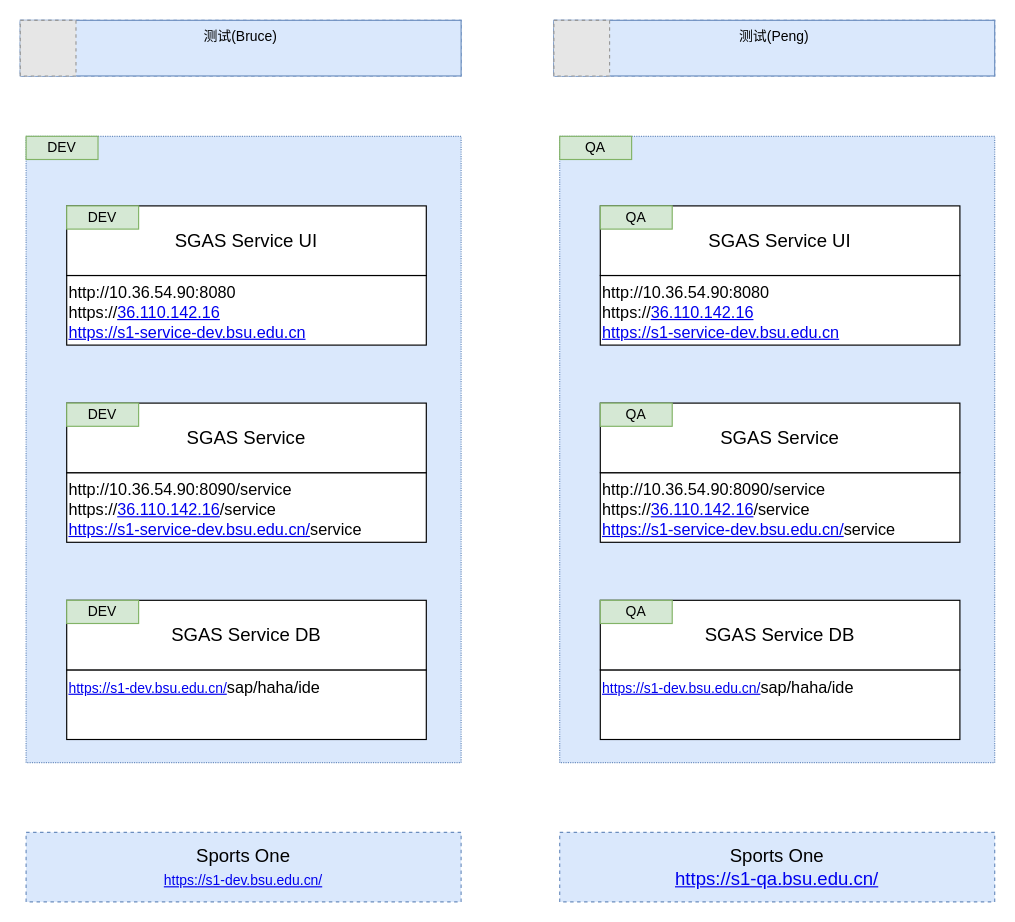
The draw.io diagram page "Infra" (8 of 8) of SportsOne/Wechat Integration.drawio in wosary1984/draw.io, before the edit. Source tidied: cells renumbered, new cells numbered last; positions are measured from the earlier drawing's top-left corner, leaving out a move shared by most shapes. Both pictures are drawn from the tidied source at 116%, with x=0, y=0 at pixel (20, 20). Pictures stored in the file or linked from it are replaced by grey dashed boxes.
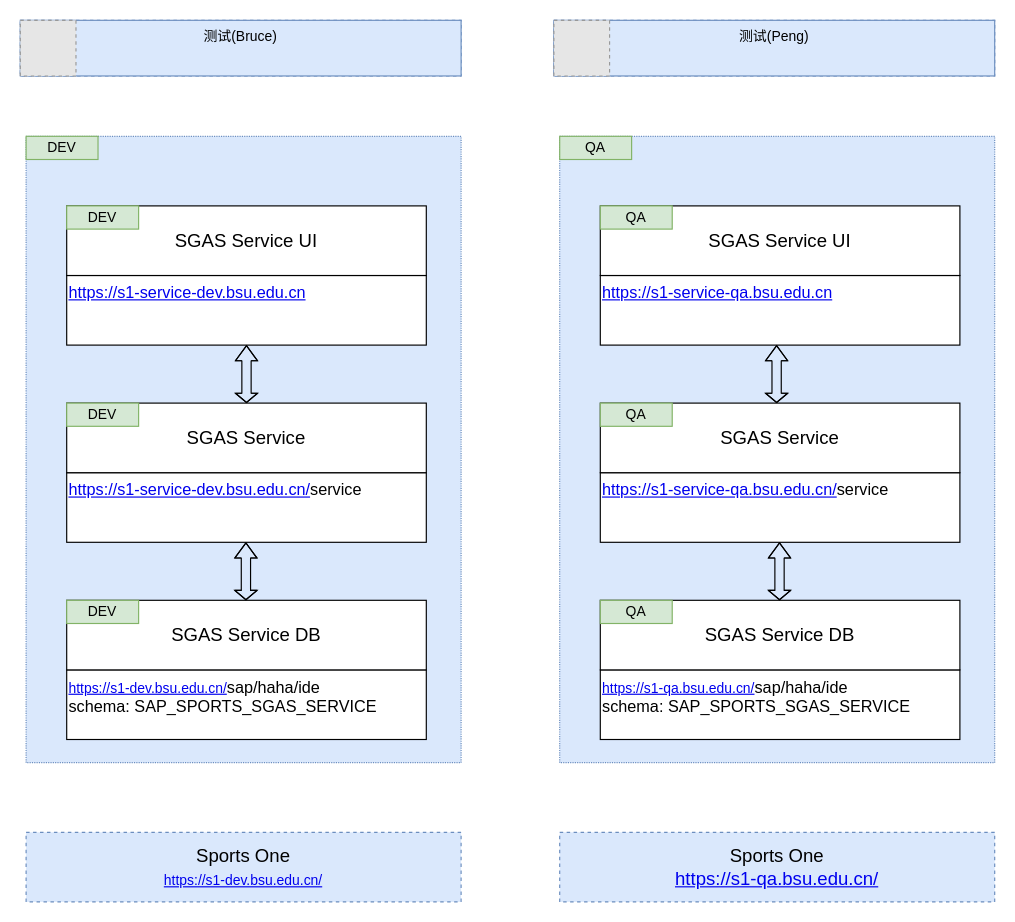
Above is the later version.

Unchanged cells that the change refers to:
```xml
<mxCell id="8" style="group;" parent="1" vertex="1">
  <mxGeometry x="40" y="330" width="310" height="120" as="geometry" />
</mxCell>
<mxCell id="11" value="SGAS Service" style="rounded=0;whiteSpace=wrap;html=1;strokeWidth=1;fontSize=16;" parent="10" vertex="1">
  <mxGeometry width="310" height="60" as="geometry" />
</mxCell>
<mxCell id="13" style="group;" parent="1" vertex="1">
  <mxGeometry x="40" y="500" width="310" height="120" as="geometry" />
</mxCell>
<mxCell id="29" style="group;" parent="1" vertex="1">
  <mxGeometry x="500" y="330" width="310" height="120" as="geometry" />
</mxCell>
<mxCell id="34" style="group;" parent="1" vertex="1">
  <mxGeometry x="500" y="500" width="310" height="120" as="geometry" />
</mxCell>
```

Change to the diagram source:
```diff
@@
-    <mxCell id="4" value="&lt;span style=&quot;font-size: 10.5pt&quot;&gt;http://10.36.54.90:8080&lt;br&gt;&lt;/span&gt;&lt;span style=&quot;font-size: 10.5pt&quot;&gt;https://&lt;/span&gt;&lt;a href=&quot;https://36.110.142.16&quot; style=&quot;font-size: 10.5pt&quot;&gt;36.110.142.16&lt;/a&gt;&lt;span style=&quot;font-size: 10.5pt&quot;&gt;&amp;nbsp;&lt;/span&gt;&lt;span style=&quot;font-size: 10.5pt&quot;&gt;&lt;br&gt;&lt;/span&gt;&lt;p style=&quot;margin: 0in ; font-size: 10.5pt&quot; lang=&quot;en-US&quot;&gt;&lt;a href=&quot;https://s1-service-dev.bsu.edu.cn/&quot;&gt;https://s1-service-dev.bsu.edu.cn&lt;/a&gt;&lt;span style=&quot;font-family: &amp;#34;calibri&amp;#34;&quot;&gt;&lt;br&gt;&lt;/span&gt;&lt;/p&gt;" style="rounded=0;whiteSpace=wrap;html=1;strokeWidth=1;verticalAlign=top;align=left;horizontal=1;" parent="1" vertex="1">
+    <mxCell id="4" value="&lt;a href=&quot;https://s1-service-dev.bsu.edu.cn/&quot; style=&quot;font-size: 10.5pt&quot;&gt;https://s1-service-dev.bsu.edu.cn&lt;/a&gt;" style="rounded=0;whiteSpace=wrap;html=1;strokeWidth=1;verticalAlign=top;align=left;horizontal=1;" parent="1" vertex="1">
       <mxGeometry x="40" y="220" width="310" height="60" as="geometry" />
     </mxCell>
@@
-    <mxCell id="9" value="&lt;span style=&quot;font-size: 10.5pt&quot;&gt;http://10.36.54.90:8090/service&lt;br&gt;&lt;/span&gt;&lt;p style=&quot;margin: 0in ; font-size: 10.5pt&quot; lang=&quot;en-US&quot;&gt;https://&lt;a href=&quot;https://36.110.142.16&quot;&gt;36.110.142.16&lt;/a&gt;/service&lt;/p&gt;&lt;p style=&quot;margin: 0in ; font-size: 10.5pt&quot; lang=&quot;en-US&quot;&gt;&lt;a href=&quot;https://s1-service-dev.bsu.edu.cn/&quot;&gt;https://s1-service-dev.bsu.edu.cn/&lt;/a&gt;service&lt;span style=&quot;font-family: &amp;#34;calibri&amp;#34;&quot;&gt;&lt;br&gt;&lt;/span&gt;&lt;/p&gt;" style="rounded=0;whiteSpace=wrap;html=1;strokeWidth=1;verticalAlign=top;align=left;horizontal=1;" parent="8" vertex="1">
+    <mxCell id="9" value="&lt;a href=&quot;https://s1-service-dev.bsu.edu.cn/&quot; style=&quot;font-size: 10.5pt&quot;&gt;https://s1-service-dev.bsu.edu.cn/&lt;/a&gt;&lt;span style=&quot;font-size: 10.5pt&quot;&gt;service&lt;/span&gt;" style="rounded=0;whiteSpace=wrap;html=1;strokeWidth=1;verticalAlign=top;align=left;horizontal=1;" parent="8" vertex="1">
       <mxGeometry y="60" width="310" height="60" as="geometry" />
     </mxCell>
@@
-    <mxCell id="14" value="&lt;a href=&quot;https://s1-dev.bsu.edu.cn/&quot;&gt;https://s1-dev.bsu.edu.cn/&lt;/a&gt;&lt;span style=&quot;font-size: 10.5pt ; color: rgb(0 , 0 , 0)&quot;&gt;sap/haha/ide&lt;/span&gt;" style="rounded=0;whiteSpace=wrap;html=1;strokeWidth=1;verticalAlign=top;align=left;horizontal=1;" parent="13" vertex="1">
+    <mxCell id="14" value="&lt;a href=&quot;https://s1-dev.bsu.edu.cn/&quot;&gt;https://s1-dev.bsu.edu.cn/&lt;/a&gt;&lt;span style=&quot;font-size: 10.5pt ; color: rgb(0 , 0 , 0)&quot;&gt;sap/haha/ide&lt;br&gt;schema: SAP_SPORTS_SGAS_SERVICE&lt;br&gt;&lt;/span&gt;" style="rounded=0;whiteSpace=wrap;html=1;strokeWidth=1;verticalAlign=top;align=left;horizontal=1;" parent="13" vertex="1">
       <mxGeometry y="60" width="310" height="60" as="geometry" />
     </mxCell>
@@
-    <mxCell id="25" value="&lt;span style=&quot;font-size: 10.5pt&quot;&gt;http://10.36.54.90:8080&lt;br&gt;&lt;/span&gt;&lt;span style=&quot;font-size: 10.5pt&quot;&gt;https://&lt;/span&gt;&lt;a href=&quot;https://36.110.142.16&quot; style=&quot;font-size: 10.5pt&quot;&gt;36.110.142.16&lt;/a&gt;&lt;span style=&quot;font-size: 10.5pt&quot;&gt;&amp;nbsp;&lt;/span&gt;&lt;span style=&quot;font-size: 10.5pt&quot;&gt;&lt;br&gt;&lt;/span&gt;&lt;p style=&quot;margin: 0in ; font-size: 10.5pt&quot; lang=&quot;en-US&quot;&gt;&lt;a href=&quot;https://s1-service-dev.bsu.edu.cn/&quot;&gt;https://s1-service-dev.bsu.edu.cn&lt;/a&gt;&lt;span style=&quot;font-family: &amp;#34;calibri&amp;#34;&quot;&gt;&lt;br&gt;&lt;/span&gt;&lt;/p&gt;" style="rounded=0;whiteSpace=wrap;html=1;strokeWidth=1;verticalAlign=top;align=left;horizontal=1;" parent="1" vertex="1">
+    <mxCell id="25" value="&lt;a href=&quot;https://s1-service-dev.bsu.edu.cn/&quot; style=&quot;font-size: 10.5pt&quot;&gt;https://s1-service-qa.bsu.edu.cn&lt;/a&gt;" style="rounded=0;whiteSpace=wrap;html=1;strokeWidth=1;verticalAlign=top;align=left;horizontal=1;" parent="1" vertex="1">
       <mxGeometry x="500" y="220" width="310" height="60" as="geometry" />
     </mxCell>
@@
-    <mxCell id="30" value="&lt;span style=&quot;font-size: 10.5pt&quot;&gt;http://10.36.54.90:8090/service&lt;br&gt;&lt;/span&gt;&lt;p style=&quot;margin: 0in ; font-size: 10.5pt&quot; lang=&quot;en-US&quot;&gt;https://&lt;a href=&quot;https://36.110.142.16&quot;&gt;36.110.142.16&lt;/a&gt;/service&lt;/p&gt;&lt;p style=&quot;margin: 0in ; font-size: 10.5pt&quot; lang=&quot;en-US&quot;&gt;&lt;a href=&quot;https://s1-service-dev.bsu.edu.cn/&quot;&gt;https://s1-service-dev.bsu.edu.cn/&lt;/a&gt;service&lt;span style=&quot;font-family: &amp;#34;calibri&amp;#34;&quot;&gt;&lt;br&gt;&lt;/span&gt;&lt;/p&gt;" style="rounded=0;whiteSpace=wrap;html=1;strokeWidth=1;verticalAlign=top;align=left;horizontal=1;" parent="29" vertex="1">
+    <mxCell id="30" value="&lt;a href=&quot;https://s1-service-dev.bsu.edu.cn/&quot; style=&quot;font-size: 10.5pt&quot;&gt;https://s1-service-qa.bsu.edu.cn/&lt;/a&gt;&lt;span style=&quot;font-size: 10.5pt&quot;&gt;service&lt;/span&gt;" style="rounded=0;whiteSpace=wrap;html=1;strokeWidth=1;verticalAlign=top;align=left;horizontal=1;" parent="29" vertex="1">
       <mxGeometry y="60" width="310" height="60" as="geometry" />
     </mxCell>
@@
-    <mxCell id="35" value="&lt;a href=&quot;https://s1-dev.bsu.edu.cn/&quot;&gt;https://s1-dev.bsu.edu.cn/&lt;/a&gt;&lt;span style=&quot;font-size: 10.5pt ; color: rgb(0 , 0 , 0)&quot;&gt;sap/haha/ide&lt;/span&gt;" style="rounded=0;whiteSpace=wrap;html=1;strokeWidth=1;verticalAlign=top;align=left;horizontal=1;" parent="34" vertex="1">
+    <mxCell id="35" value="&lt;a href=&quot;https://s1-dev.bsu.edu.cn/&quot;&gt;https://s1-qa.bsu.edu.cn/&lt;/a&gt;&lt;span style=&quot;font-size: 10.5pt ; color: rgb(0 , 0 , 0)&quot;&gt;sap/haha/ide&lt;br&gt;&lt;/span&gt;&lt;span style=&quot;font-size: 14px&quot;&gt;schema: SAP_SPORTS_SGAS_SERVICE&lt;/span&gt;&lt;span style=&quot;font-size: 10.5pt ; color: rgb(0 , 0 , 0)&quot;&gt;&lt;br&gt;&lt;/span&gt;" style="rounded=0;whiteSpace=wrap;html=1;strokeWidth=1;verticalAlign=top;align=left;horizontal=1;" parent="34" vertex="1">
       <mxGeometry y="60" width="310" height="60" as="geometry" />
     </mxCell>
@@
+    <mxCell id="44" style="shape=flexArrow;endArrow=classic;startArrow=classic;html=1;entryX=0.5;entryY=1;entryDx=0;entryDy=0;exitX=0.5;exitY=0;exitDx=0;exitDy=0;width=8;startSize=2.33;endWidth=10;endSize=4;startWidth=10;" parent="1" edge="1" source="11" target="4">
+      <mxGeometry relative="1" as="geometry">
+        <Array as="points">
+          <mxPoint x="195" y="310" />
+        </Array>
+      </mxGeometry>
+    </mxCell>
+    <mxCell id="45" style="shape=flexArrow;endArrow=classic;startArrow=classic;html=1;entryX=0.5;entryY=1;entryDx=0;entryDy=0;exitX=0.5;exitY=0;exitDx=0;exitDy=0;width=8;startSize=2.33;endWidth=10;endSize=4;startWidth=10;" parent="1" edge="1">
+      <mxGeometry relative="1" as="geometry">
+        <mxPoint x="194.5" y="500" as="sourcePoint" />
+        <mxPoint x="194.5" y="450" as="targetPoint" />
+        <Array as="points">
+          <mxPoint x="194.5" y="480" />
+        </Array>
+      </mxGeometry>
+    </mxCell>
+    <mxCell id="46" style="shape=flexArrow;endArrow=classic;startArrow=classic;html=1;entryX=0.5;entryY=1;entryDx=0;entryDy=0;exitX=0.5;exitY=0;exitDx=0;exitDy=0;width=8;startSize=2.33;endWidth=10;endSize=4;startWidth=10;" parent="1" edge="1">
+      <mxGeometry relative="1" as="geometry">
+        <mxPoint x="652" y="330" as="sourcePoint" />
+        <mxPoint x="652" y="280" as="targetPoint" />
+        <Array as="points">
+          <mxPoint x="652" y="310" />
+        </Array>
+      </mxGeometry>
+    </mxCell>
+    <mxCell id="47" style="shape=flexArrow;endArrow=classic;startArrow=classic;html=1;entryX=0.5;entryY=1;entryDx=0;entryDy=0;exitX=0.5;exitY=0;exitDx=0;exitDy=0;width=8;startSize=2.33;endWidth=10;endSize=4;startWidth=10;" parent="1" edge="1">
+      <mxGeometry relative="1" as="geometry">
+        <mxPoint x="654.5" y="500" as="sourcePoint" />
+        <mxPoint x="654.5" y="450" as="targetPoint" />
+        <Array as="points">
+          <mxPoint x="654.5" y="480" />
+        </Array>
+      </mxGeometry>
+    </mxCell>
```
